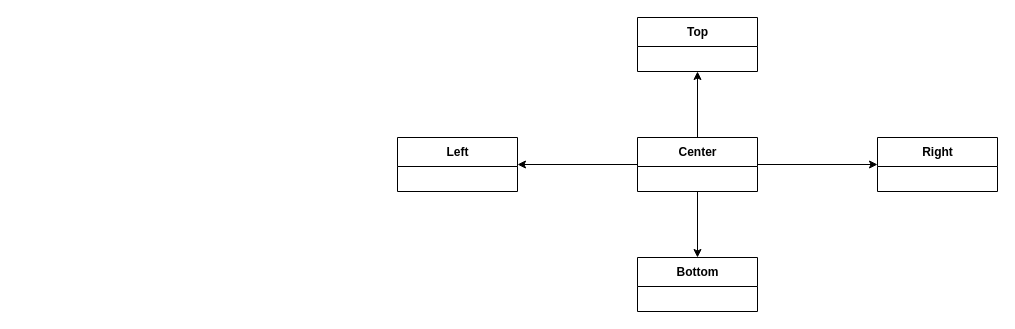
Earlier version of the draw.io diagram page "主要クラス概要" (1 of 2) of core/docs/usecases/summary.drawio (amano--/modelinger). Source tidied: cells renumbered, new cells numbered last; positions are measured from the earlier drawing's top-left corner, leaving out a move shared by most shapes. Both pictures are drawn from the tidied source at 100%, with x=0, y=0 at pixel (397, 17).
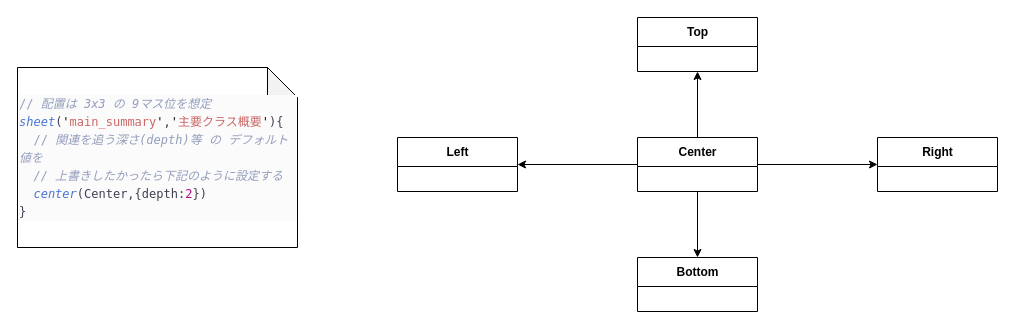
Above is the later version.

What changed in the source:
```diff
@@
 <mxGraphModel>
   <root>
     <mxCell id="0" />
     <mxCell id="1" parent="0" />
     <mxCell id="2" style="edgeStyle=orthogonalEdgeStyle;rounded=0;jettySize=auto;html=1;entryX=0;entryY=0.5;entryDx=0;entryDy=0;" parent="1" edge="1" source="6" target="10">
       <mxGeometry relative="1" as="geometry" />
     </mxCell>
     <mxCell id="3" style="edgeStyle=orthogonalEdgeStyle;rounded=0;jettySize=auto;html=1;entryX=1;entryY=0.5;entryDx=0;entryDy=0;" parent="1" edge="1" source="6" target="9">
       <mxGeometry relative="1" as="geometry" />
     </mxCell>
     <mxCell id="4" style="edgeStyle=orthogonalEdgeStyle;rounded=0;jettySize=auto;html=1;entryX=0.5;entryY=1;entryDx=0;entryDy=0;" parent="1" edge="1" source="6" target="7">
       <mxGeometry relative="1" as="geometry" />
     </mxCell>
     <mxCell id="5" style="edgeStyle=orthogonalEdgeStyle;rounded=0;jettySize=auto;html=1;" parent="1" edge="1" source="6" target="8">
       <mxGeometry relative="1" as="geometry" />
     </mxCell>
     <mxCell id="6" value="Center" style="swimlane;fontStyle=1;align=center;verticalAlign=middle;horizontal=1;startSize=29;html=1;" parent="1" vertex="1">
       <mxGeometry x="240" y="120" width="120" height="54" as="geometry" />
     </mxCell>
     <mxCell id="7" value="Top" style="swimlane;fontStyle=1;align=center;verticalAlign=middle;horizontal=1;startSize=29;html=1;" parent="1" vertex="1">
       <mxGeometry x="240" width="120" height="54" as="geometry" />
     </mxCell>
     <mxCell id="8" value="Bottom" style="swimlane;fontStyle=1;align=center;verticalAlign=middle;horizontal=1;startSize=29;html=1;" parent="1" vertex="1">
       <mxGeometry x="240" y="240" width="120" height="54" as="geometry" />
     </mxCell>
     <mxCell id="9" value="Left" style="swimlane;fontStyle=1;align=center;verticalAlign=middle;horizontal=1;startSize=29;html=1;" parent="1" vertex="1">
       <mxGeometry y="120" width="120" height="54" as="geometry" />
     </mxCell>
     <mxCell id="10" value="Right" style="swimlane;fontStyle=1;align=center;verticalAlign=middle;horizontal=1;startSize=29;html=1;" parent="1" vertex="1">
       <mxGeometry x="480" y="120" width="120" height="54" as="geometry" />
     </mxCell>
+    <mxCell id="11" value="&lt;div style=&quot;color: rgb(64 , 63 , 83) ; background-color: rgb(251 , 251 , 251) ; font-family: &amp;#34;menlo&amp;#34; , &amp;#34;monaco&amp;#34; , &amp;#34;courier new&amp;#34; , monospace ; line-height: 18px&quot;&gt;&lt;div&gt;&lt;span style=&quot;color: #939dbb&quot;&gt;//&lt;/span&gt;&lt;span style=&quot;color: #939dbb ; font-style: italic&quot;&gt; 配置は 3x3 の 9マス位を想定&lt;/span&gt;&lt;/div&gt;&lt;div&gt;  &lt;span style=&quot;color: #4876d6 ; font-style: italic&quot;&gt;sheet&lt;/span&gt;(&lt;span style=&quot;color: #111111&quot;&gt;'&lt;/span&gt;&lt;span style=&quot;color: #c96765&quot;&gt;main_summary&lt;/span&gt;&lt;span style=&quot;color: #111111&quot;&gt;'&lt;/span&gt;,&lt;span style=&quot;color: #111111&quot;&gt;'&lt;/span&gt;&lt;span style=&quot;color: #c96765&quot;&gt;主要クラス概要&lt;/span&gt;&lt;span style=&quot;color: #111111&quot;&gt;'&lt;/span&gt;){&lt;/div&gt;&lt;div&gt;    &lt;span style=&quot;color: #939dbb&quot;&gt;&amp;nbsp; //&lt;/span&gt;&lt;span style=&quot;color: #939dbb ; font-style: italic&quot;&gt; 関連を追う深さ(depth)等 の デフォルト値&lt;/span&gt;&lt;span style=&quot;color: rgb(147 , 157 , 187) ; font-style: italic&quot;&gt;を&lt;/span&gt;&lt;/div&gt;&lt;div&gt;&lt;span style=&quot;color: #939dbb ; font-style: italic&quot;&gt;&amp;nbsp; // 上書きしたかったら下記のように設定する&lt;/span&gt;&lt;/div&gt;&lt;div&gt;    &lt;span style=&quot;color: #4876d6 ; font-style: italic&quot;&gt;&amp;nbsp; center&lt;/span&gt;(Center,{depth:&lt;span style=&quot;color: #aa0982&quot;&gt;2&lt;/span&gt;})&lt;/div&gt;&lt;div&gt;  }&lt;/div&gt;&lt;/div&gt;" style="shape=note;whiteSpace=wrap;html=1;backgroundOutline=1;darkOpacity=0.05;align=left;" parent="1" vertex="1">
+      <mxGeometry x="-380" y="50" width="280" height="180" as="geometry" />
+    </mxCell>
   </root>
 </mxGraphModel>
```
